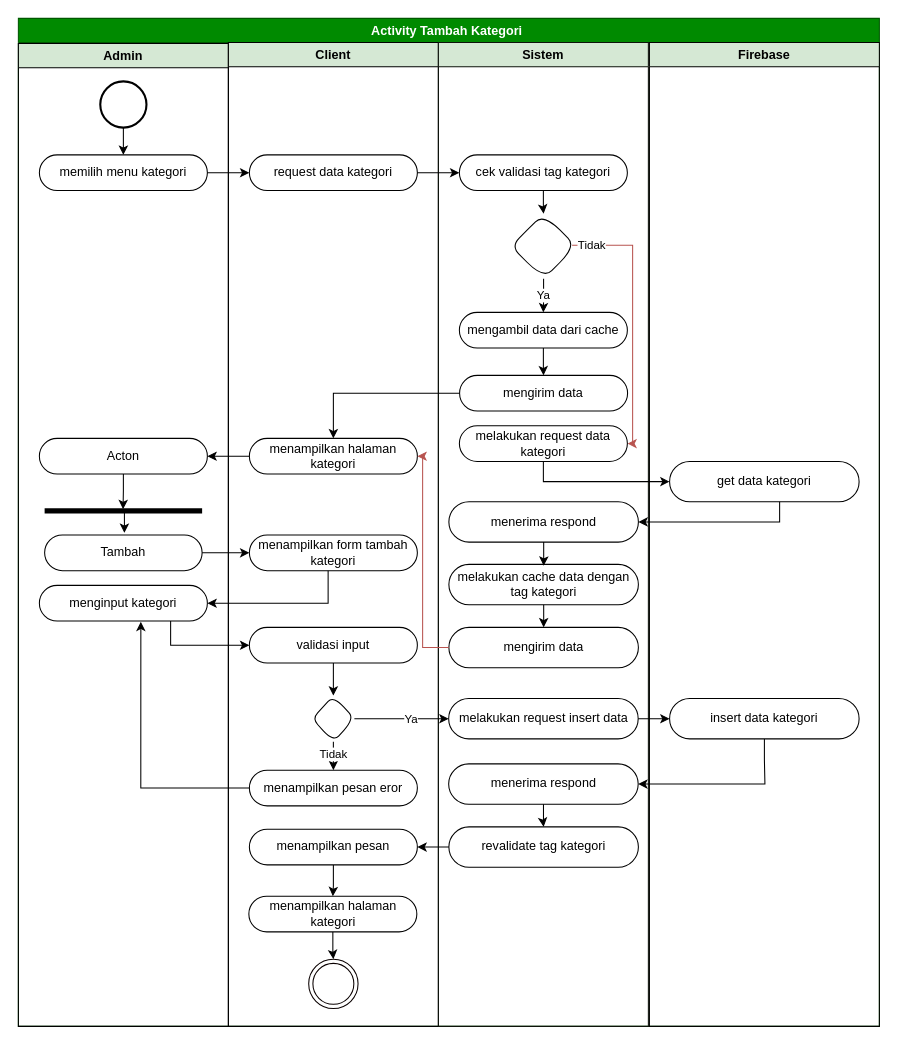
Earlier version of the draw.io diagram page "activity tambah kategori" (16 of 43) of skrpsian.drawio (ThikerXCX/umltoko). Source tidied: cells renumbered, new cells numbered last; positions are measured from the earlier drawing's top-left corner, leaving out a move shared by most shapes. Both pictures are drawn from the tidied source at 105%, with x=0, y=0 at pixel (18, 18).
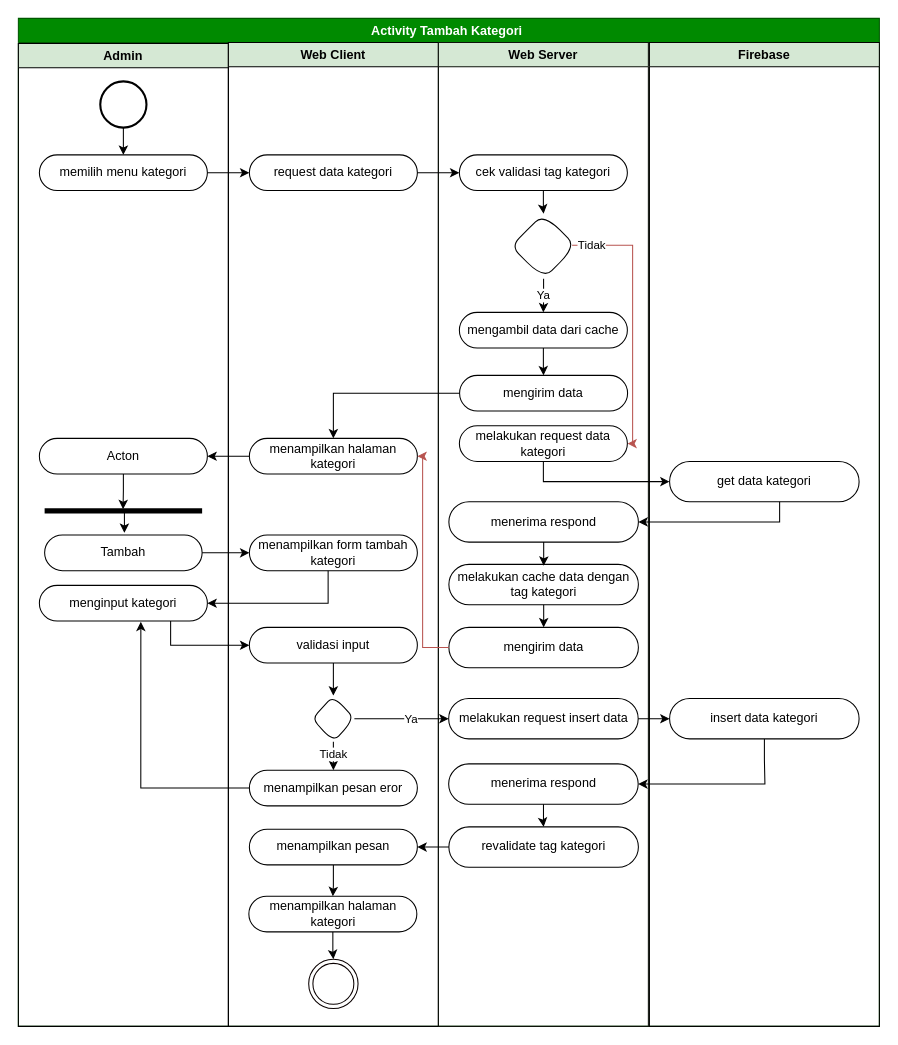
The same diagram, later.

The change refers to these unchanged cells:
```xml
<mxCell id="2" value="Activity Tambah Kategori&amp;nbsp;" style="swimlane;whiteSpace=wrap;html=1;fillColor=#008a00;strokeColor=#005700;fontColor=#ffffff;" parent="1" vertex="1">
  <mxGeometry width="820" height="960" as="geometry" />
</mxCell>
```

What changed in the source:
```diff
@@
-    <mxCell id="13" value="Client" style="swimlane;whiteSpace=wrap;html=1;fillColor=#d5e8d4;startSize=23;strokeColor=#000000;" parent="2" vertex="1">
+    <mxCell id="13" value="Web Client" style="swimlane;whiteSpace=wrap;html=1;fillColor=#d5e8d4;startSize=23;strokeColor=#000000;" parent="2" vertex="1">
       <mxGeometry x="200" y="23" width="200" height="937" as="geometry" />
     </mxCell>
@@
-    <mxCell id="38" value="Sistem" style="swimlane;whiteSpace=wrap;html=1;fillColor=#d5e8d4;startSize=23;strokeColor=#0D120A;" parent="2" vertex="1">
+    <mxCell id="38" value="Web Server" style="swimlane;whiteSpace=wrap;html=1;fillColor=#d5e8d4;startSize=23;strokeColor=#0D120A;" parent="2" vertex="1">
       <mxGeometry x="400" y="23" width="200" height="937" as="geometry" />
     </mxCell>
```
